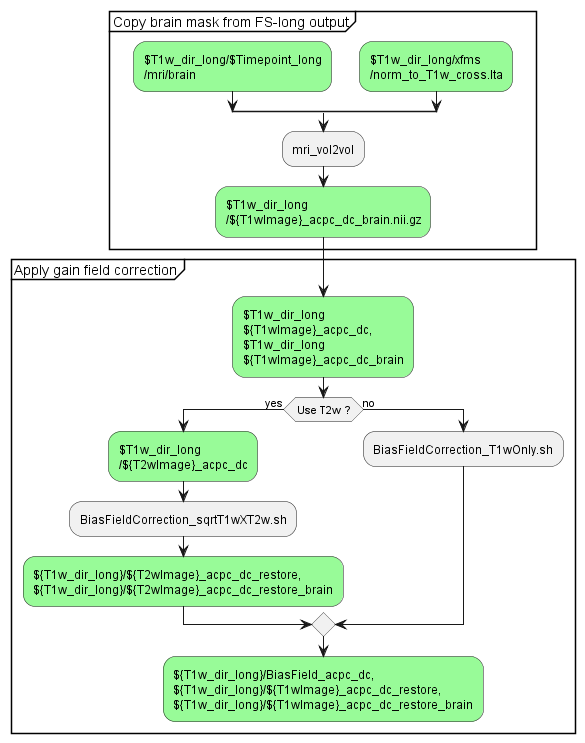
Before: docs/diagrams/out/PrePostFreesurferPipeline-long.GFC.png, a diagram exported from PlantUML (Washington-University/HCPpipelines). Source of this version:
```plantuml
@startuml
group Copy brain mask from FS-long output
    split
        -[hidden]->
        #palegreen:$T1w_dir_long/$Timepoint_long
        /mri/brain;
    split again
        -[hidden]->
        #palegreen:$T1w_dir_long/xfms
        /norm_to_T1w_cross.lta;
    end split
    :mri_vol2vol;
    #palegreen:$T1w_dir_long
    /${T1wImage}_acpc_dc_brain.nii.gz;
end group
group Apply gain field correction

#palegreen:$T1w_dir_long
${T1wImage}_acpc_dc,
$T1w_dir_long
${T1wImage}_acpc_dc_brain;
    if ( Use T2w ?) then (yes)
        #palegreen:$T1w_dir_long
        /${T2wImage}_acpc_dc;
        :BiasFieldCorrection_sqrtT1wXT2w.sh;
        #palegreen:${T1w_dir_long}/${T2wImage}_acpc_dc_restore,
        ${T1w_dir_long}/${T2wImage}_acpc_dc_restore_brain;
    else (no)
        :BiasFieldCorrection_T1wOnly.sh;
    endif
    #palegreen:${T1w_dir_long}/BiasField_acpc_dc,
    ${T1w_dir_long}/${T1wImage}_acpc_dc_restore,
    ${T1w_dir_long}/${T1wImage}_acpc_dc_restore_brain;
end group
@enduml
```
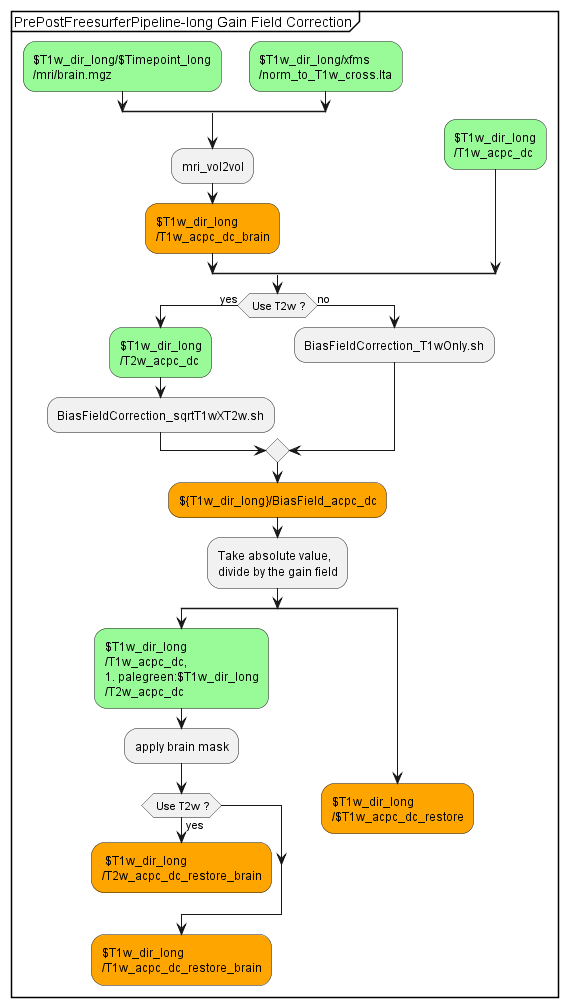
Above is the later version.

Change to the diagram source:
```diff
@@ -1,35 +1,54 @@
 @startuml
-group Copy brain mask from FS-long output
+group PrePostFreesurferPipeline-long Gain Field Correction
+split
+    -[hidden]->
     split
         -[hidden]->
         #palegreen:$T1w_dir_long/$Timepoint_long
-        /mri/brain;
+        /mri/brain.mgz;
     split again
         -[hidden]->
         #palegreen:$T1w_dir_long/xfms
         /norm_to_T1w_cross.lta;
     end split
     :mri_vol2vol;
-    #palegreen:$T1w_dir_long
-    /${T1wImage}_acpc_dc_brain.nii.gz;
-end group
-group Apply gain field correction
-
+    #orange:$T1w_dir_long
+    /T1w_acpc_dc_brain;
+split again
+-[hidden]->
 #palegreen:$T1w_dir_long
-${T1wImage}_acpc_dc,
-$T1w_dir_long
-${T1wImage}_acpc_dc_brain;
+/T1w_acpc_dc;
+end split
     if ( Use T2w ?) then (yes)
         #palegreen:$T1w_dir_long
-        /${T2wImage}_acpc_dc;
+        /T2w_acpc_dc;
         :BiasFieldCorrection_sqrtT1wXT2w.sh;
-        #palegreen:${T1w_dir_long}/${T2wImage}_acpc_dc_restore,
-        ${T1w_dir_long}/${T2wImage}_acpc_dc_restore_brain;
+
     else (no)
         :BiasFieldCorrection_T1wOnly.sh;
     endif
-    #palegreen:${T1w_dir_long}/BiasField_acpc_dc,
-    ${T1w_dir_long}/${T1wImage}_acpc_dc_restore,
-    ${T1w_dir_long}/${T1wImage}_acpc_dc_restore_brain;
+    #orange:${T1w_dir_long}/BiasField_acpc_dc;
+    :Take absolute value,
+    divide by the gain field;
+    split
+        #palegreen:$T1w_dir_long
+        /T1w_acpc_dc,
+        #palegreen:$T1w_dir_long
+        /T2w_acpc_dc;
+        :apply brain mask;
+        if ( Use T2w ?) then (yes)
+            #orange: $T1w_dir_long
+            /T2w_acpc_dc_restore_brain;
+        endif
+        detach
+        #orange:$T1w_dir_long
+        /T1w_acpc_dc_restore_brain;
+        detach
+
+    split again
+        #orange:$T1w_dir_long
+        /$T1w_acpc_dc_restore;
+        detach
+    end split
 end group
 @enduml
```
